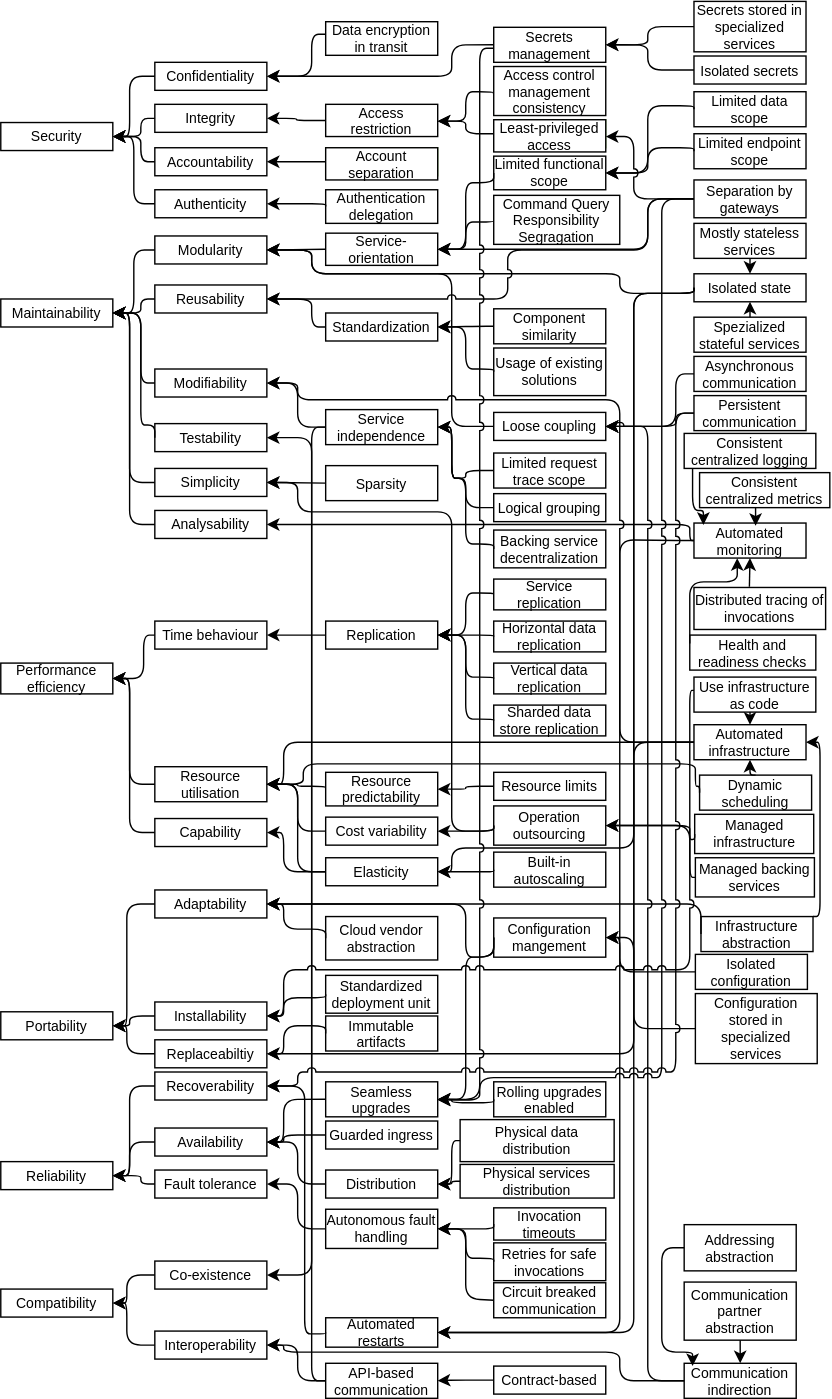
r0light/cna-quality-model keeps this draw.io diagram as E4_final_quality_model.svg. Above is the earlier version. Source tidied: cells renumbered, new cells last; positions are measured from the earlier drawing's top-left corner, leaving out a move shared by most shapes.
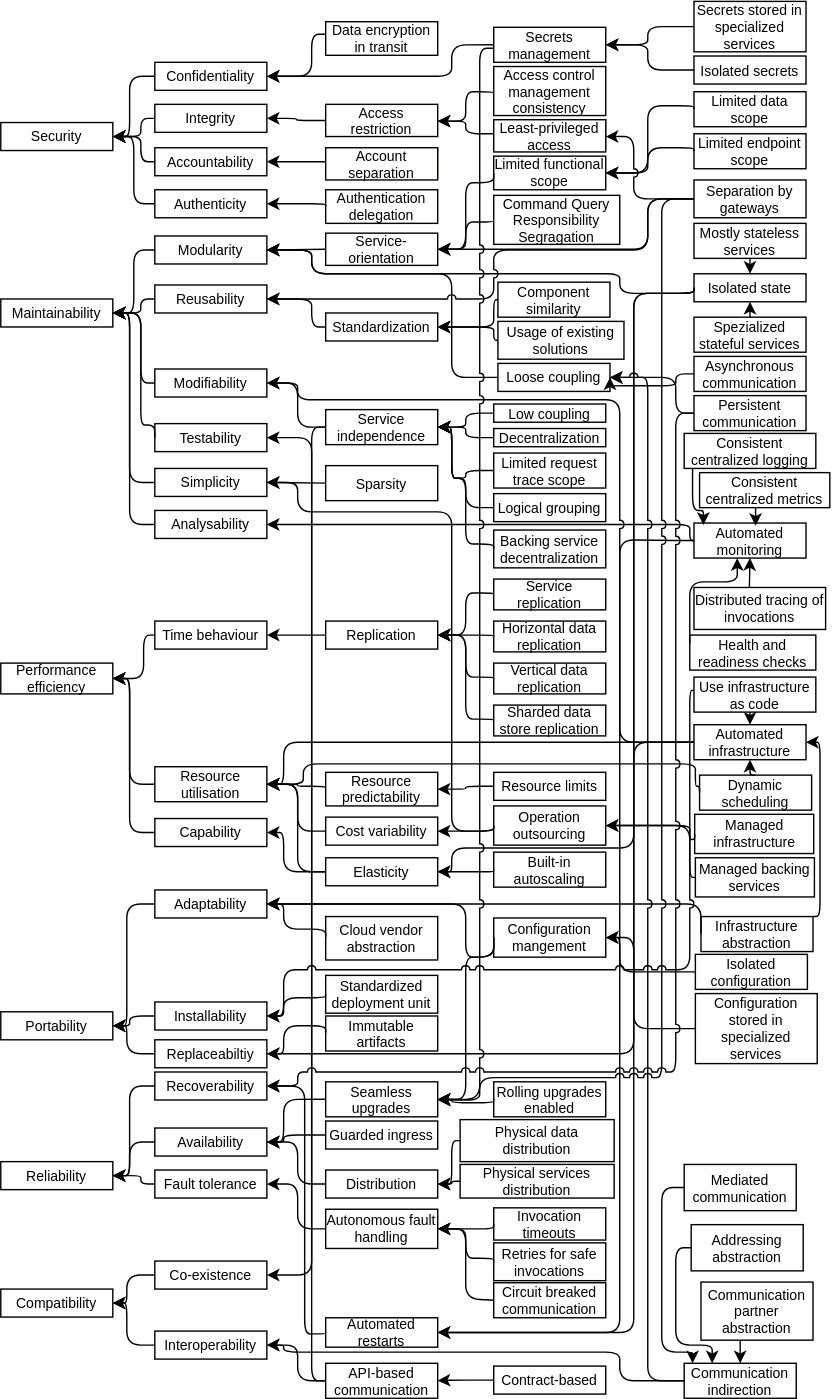
Later version of the same file.

Diff of the diagram source:
```diff
@@ -72,7 +72,7 @@
       <mxGeometry x="495" y="194" width="80" height="20" as="geometry" />
     </mxCell>
     <mxCell id="25" value="Loose coupling" style="rounded=0;whiteSpace=wrap;html=1;fontSize=10;" parent="1" vertex="1">
-      <mxGeometry x="352" y="293" width="80" height="20" as="geometry" />
+      <mxGeometry x="355" y="258" width="80" height="20" as="geometry" />
     </mxCell>
     <mxCell id="26" value="Standardization" style="rounded=0;whiteSpace=wrap;html=1;fontSize=10;" parent="1" vertex="1">
       <mxGeometry x="232" y="222" width="80" height="20" as="geometry" />
@@ -184,7 +184,7 @@
     <mxCell id="51" style="endArrow=classic;html=1;fontSize=10;exitX=0;exitY=0.5;exitDx=0;exitDy=0;edgeStyle=orthogonalEdgeStyle;entryX=1;entryY=0.5;entryDx=0;entryDy=0;jumpStyle=arc;" parent="1" edge="1" source="25" target="9">
       <mxGeometry relative="1" as="geometry">
         <Array as="points">
-          <mxPoint x="322" y="303" />
+          <mxPoint x="322" y="268" />
           <mxPoint x="322" y="194" />
           <mxPoint x="222" y="194" />
           <mxPoint x="222" y="177" />
@@ -204,8 +204,8 @@
         <Array as="points">
           <mxPoint x="462" y="141" />
           <mxPoint x="462" y="177" />
-          <mxPoint x="362" y="177" />
-          <mxPoint x="362" y="212" />
+          <mxPoint x="352" y="177" />
+          <mxPoint x="352" y="212" />
         </Array>
       </mxGeometry>
     </mxCell>
@@ -550,8 +550,8 @@
     <mxCell id="100" style="endArrow=classic;html=1;fontSize=10;edgeStyle=orthogonalEdgeStyle;entryX=1;entryY=0.5;entryDx=0;entryDy=0;exitX=0;exitY=0.5;exitDx=0;exitDy=0;jumpStyle=arc;" parent="1" edge="1" source="43" target="25">
       <mxGeometry relative="1" as="geometry">
         <Array as="points">
-          <mxPoint x="462" y="984" />
-          <mxPoint x="462" y="303" />
+          <mxPoint x="462" y="985" />
+          <mxPoint x="462" y="268" />
         </Array>
       </mxGeometry>
     </mxCell>
@@ -772,30 +772,30 @@
       <mxGeometry relative="1" as="geometry">
         <Array as="points">
           <mxPoint x="482" y="266" />
-          <mxPoint x="482" y="303" />
+          <mxPoint x="482" y="274" />
+          <mxPoint x="435" y="274" />
         </Array>
       </mxGeometry>
     </mxCell>
     <mxCell id="136" value="Component similarity" style="rounded=0;whiteSpace=wrap;html=1;fontSize=10;" parent="1" vertex="1">
-      <mxGeometry x="352" y="219" width="80" height="25" as="geometry" />
+      <mxGeometry x="355" y="200" width="80" height="25" as="geometry" />
     </mxCell>
     <mxCell id="137" value="Usage of existing solutions" style="rounded=0;whiteSpace=wrap;html=1;fontSize=10;" parent="1" vertex="1">
-      <mxGeometry x="352" y="247" width="80" height="34" as="geometry" />
+      <mxGeometry x="355" y="228" width="90" height="27" as="geometry" />
     </mxCell>
     <mxCell id="138" style="endArrow=classic;html=1;fontSize=10;entryX=1;entryY=0.5;entryDx=0;entryDy=0;exitX=0;exitY=0.5;exitDx=0;exitDy=0;edgeStyle=orthogonalEdgeStyle;" parent="1" edge="1" source="136" target="26">
       <mxGeometry relative="1" as="geometry">
         <Array as="points">
-          <mxPoint x="342" y="232" />
-          <mxPoint x="342" y="232" />
+          <mxPoint x="352" y="213" />
+          <mxPoint x="352" y="232" />
         </Array>
       </mxGeometry>
     </mxCell>
     <mxCell id="139" style="endArrow=classic;html=1;fontSize=10;entryX=1;entryY=0.5;entryDx=0;entryDy=0;exitX=0;exitY=0.5;exitDx=0;exitDy=0;edgeStyle=orthogonalEdgeStyle;" parent="1" edge="1" source="137" target="26">
       <mxGeometry relative="1" as="geometry">
         <Array as="points">
-          <mxPoint x="352" y="262" />
-          <mxPoint x="332" y="262" />
-          <mxPoint x="332" y="232" />
+          <mxPoint x="352" y="242" />
+          <mxPoint x="352" y="232" />
         </Array>
       </mxGeometry>
     </mxCell>
@@ -1065,23 +1065,27 @@
       </mxGeometry>
     </mxCell>
     <mxCell id="186" value="Addressing abstraction" style="rounded=0;whiteSpace=wrap;html=1;fontSize=10;" parent="1" vertex="1">
-      <mxGeometry x="488" y="873" width="80" height="33" as="geometry" />
+      <mxGeometry x="493" y="873" width="80" height="33" as="geometry" />
     </mxCell>
     <mxCell id="187" value="Communication partner abstraction" style="rounded=0;whiteSpace=wrap;html=1;fontSize=10;" parent="1" vertex="1">
-      <mxGeometry x="488" y="914" width="80" height="41.5" as="geometry" />
+      <mxGeometry x="500" y="914" width="80" height="41.5" as="geometry" />
     </mxCell>
-    <mxCell id="188" style="endArrow=classic;html=1;fontSize=10;edgeStyle=orthogonalEdgeStyle;exitX=0;exitY=0.5;exitDx=0;exitDy=0;" parent="1" edge="1" source="186">
+    <mxCell id="188" style="endArrow=classic;html=1;fontSize=10;edgeStyle=orthogonalEdgeStyle;exitX=0;exitY=0.5;exitDx=0;exitDy=0;entryX=0.25;entryY=0;entryDx=0;entryDy=0;" parent="1" edge="1" source="186" target="43">
       <mxGeometry relative="1" as="geometry">
-        <mxPoint x="494" y="974" as="targetPoint" />
         <Array as="points">
-          <mxPoint x="472" y="890" />
-          <mxPoint x="472" y="964" />
-          <mxPoint x="494" y="964" />
+          <mxPoint x="482" y="890" />
+          <mxPoint x="482" y="959" />
+          <mxPoint x="508" y="959" />
         </Array>
       </mxGeometry>
     </mxCell>
     <mxCell id="189" style="endArrow=classic;html=1;fontSize=10;edgeStyle=orthogonalEdgeStyle;entryX=0.5;entryY=0;entryDx=0;entryDy=0;" parent="1" edge="1" source="187" target="43">
-      <mxGeometry relative="1" as="geometry" />
+      <mxGeometry relative="1" as="geometry">
+        <Array as="points">
+          <mxPoint x="532" y="954" />
+          <mxPoint x="532" y="954" />
+        </Array>
+      </mxGeometry>
     </mxCell>
     <mxCell id="190" value="Limited endpoint scope" style="rounded=0;whiteSpace=wrap;html=1;fontSize=10;" parent="1" vertex="1">
       <mxGeometry x="495" y="94" width="80" height="25" as="geometry" />
@@ -1112,7 +1116,7 @@
       <mxGeometry relative="1" as="geometry">
         <Array as="points">
           <mxPoint x="482" y="294" />
-          <mxPoint x="482" y="303" />
+          <mxPoint x="482" y="268" />
         </Array>
       </mxGeometry>
     </mxCell>
@@ -1224,5 +1228,39 @@
         </Array>
       </mxGeometry>
     </mxCell>
+    <mxCell id="217" value="Low coupling" style="rounded=0;whiteSpace=wrap;html=1;fontSize=10;" parent="1" vertex="1">
+      <mxGeometry x="352" y="287" width="80" height="13" as="geometry" />
+    </mxCell>
+    <mxCell id="218" value="Decentralization" style="rounded=0;whiteSpace=wrap;html=1;fontSize=10;" parent="1" vertex="1">
+      <mxGeometry x="352" y="304.5" width="80" height="13" as="geometry" />
+    </mxCell>
+    <mxCell id="219" style="endArrow=classic;html=1;fontSize=10;entryX=1;entryY=0.5;entryDx=0;entryDy=0;exitX=0;exitY=0.5;exitDx=0;exitDy=0;edgeStyle=orthogonalEdgeStyle;" parent="1" edge="1" source="217" target="30">
+      <mxGeometry relative="1" as="geometry">
+        <Array as="points">
+          <mxPoint x="332" y="294" />
+          <mxPoint x="332" y="304" />
+        </Array>
+      </mxGeometry>
+    </mxCell>
+    <mxCell id="220" style="endArrow=classic;html=1;fontSize=10;entryX=1;entryY=0.5;entryDx=0;entryDy=0;exitX=0;exitY=0.5;exitDx=0;exitDy=0;edgeStyle=orthogonalEdgeStyle;" parent="1" edge="1" source="218" target="30">
+      <mxGeometry relative="1" as="geometry">
+        <Array as="points">
+          <mxPoint x="332" y="311" />
+          <mxPoint x="332" y="304" />
+        </Array>
+      </mxGeometry>
+    </mxCell>
+    <mxCell id="221" value="Mediated communication" style="rounded=0;whiteSpace=wrap;html=1;fontSize=10;" parent="1" vertex="1">
+      <mxGeometry x="488" y="830" width="80" height="33" as="geometry" />
+    </mxCell>
+    <mxCell id="222" style="endArrow=classic;html=1;fontSize=10;edgeStyle=orthogonalEdgeStyle;exitX=0;exitY=0.5;exitDx=0;exitDy=0;" parent="1" edge="1" source="221" target="43">
+      <mxGeometry relative="1" as="geometry">
+        <Array as="points">
+          <mxPoint x="472" y="847" />
+          <mxPoint x="472" y="964" />
+          <mxPoint x="494" y="964" />
+        </Array>
+      </mxGeometry>
+    </mxCell>
   </root>
 </mxGraphModel>
```
